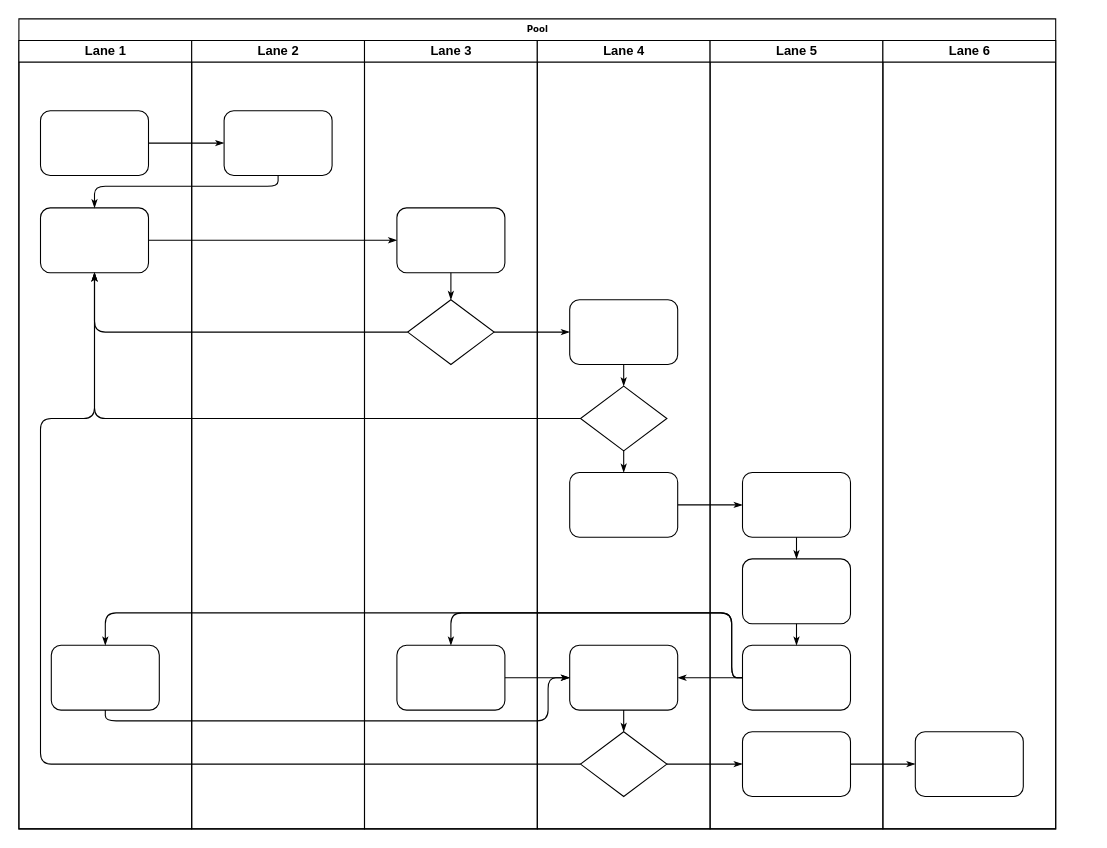
This is Untitled Diagram.drawio from witnessthefitness/charts, a draw.io file, before an edit. Source tidied: cells renumbered, new cells numbered last; positions are measured from the earlier drawing's top-left corner, leaving out a move shared by most shapes. Both pictures are drawn from the tidied source at 108%, with x=0, y=0 at pixel (18, 18).
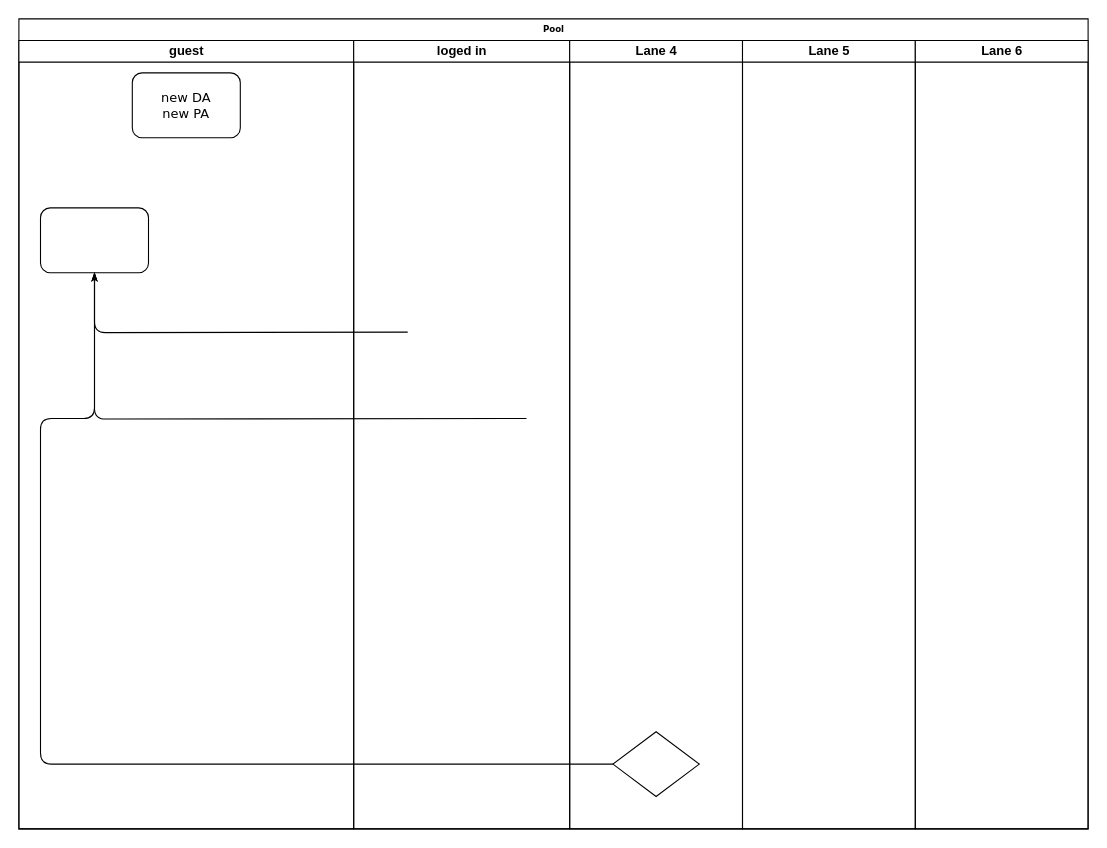
After the change.

The change refers to these unchanged cells:
```xml
<mxCell id="34" style="rhombus;whiteSpace=wrap;html=1;rounded=0;shadow=0;labelBackgroundColor=none;strokeWidth=1;fontFamily=Verdana;fontSize=8;align=center;" parent="29" vertex="1">
  <mxGeometry x="40" y="640" width="80" height="60" as="geometry" />
</mxCell>
```

Diff of the diagram source:
```diff
@@
     <mxCell id="2" value="Pool" style="swimlane;html=1;startSize=20;rounded=0;shadow=0;labelBackgroundColor=none;strokeWidth=1;fontFamily=Verdana;fontSize=8;align=center;" parent="1" vertex="1">
-      <mxGeometry width="960" height="750" as="geometry" />
+      <mxGeometry width="990" height="750" as="geometry" />
     </mxCell>
-    <mxCell id="3" value="Lane 1" style="swimlane;html=1;startSize=20;" parent="2" vertex="1">
-      <mxGeometry y="20" width="160" height="730" as="geometry" />
+    <mxCell id="3" value="guest" style="swimlane;html=1;startSize=20;" parent="2" vertex="1">
+      <mxGeometry y="20" width="310" height="730" as="geometry" />
     </mxCell>
+    <mxCell id="5" style="rounded=1;whiteSpace=wrap;html=1;shadow=0;labelBackgroundColor=none;strokeWidth=1;fontFamily=Verdana;fontSize=8;align=center;" parent="3" vertex="1">
+      <mxGeometry x="20" y="155" width="100" height="60" as="geometry" />
+    </mxCell>
-    <mxCell id="4" style="rounded=1;whiteSpace=wrap;html=1;shadow=0;labelBackgroundColor=none;strokeWidth=1;fontFamily=Verdana;fontSize=8;align=center;" parent="3" vertex="1">
-      <mxGeometry x="20" y="65" width="100" height="60" as="geometry" />
+    <mxCell id="4" value="&lt;font style=&quot;font-size: 12px&quot;&gt;new DA&lt;br&gt;new PA&lt;/font&gt;" style="rounded=1;whiteSpace=wrap;html=1;shadow=0;labelBackgroundColor=none;strokeWidth=1;fontFamily=Verdana;fontSize=8;align=center;" parent="3" vertex="1">
+      <mxGeometry x="105" y="30" width="100" height="60" as="geometry" />
     </mxCell>
-    <mxCell id="5" style="rounded=1;whiteSpace=wrap;html=1;shadow=0;labelBackgroundColor=none;strokeWidth=1;fontFamily=Verdana;fontSize=8;align=center;" parent="3" vertex="1">
-      <mxGeometry x="20" y="155" width="100" height="60" as="geometry" />
-    </mxCell>
-    <mxCell id="6" style="rounded=1;whiteSpace=wrap;html=1;shadow=0;labelBackgroundColor=none;strokeWidth=1;fontFamily=Verdana;fontSize=8;align=center;" parent="3" vertex="1">
-      <mxGeometry x="30" y="560" width="100" height="60" as="geometry" />
-    </mxCell>
-    <mxCell id="7" style="edgeStyle=orthogonalEdgeStyle;rounded=1;html=1;labelBackgroundColor=none;startArrow=none;startFill=0;startSize=5;endArrow=classicThin;endFill=1;endSize=5;jettySize=auto;strokeWidth=1;fontFamily=Verdana;fontSize=8;" parent="2" edge="1" source="4" target="23">
-      <mxGeometry relative="1" as="geometry" />
-    </mxCell>
-    <mxCell id="8" style="edgeStyle=orthogonalEdgeStyle;rounded=1;html=1;labelBackgroundColor=none;startArrow=none;startFill=0;startSize=5;endArrow=classicThin;endFill=1;endSize=5;jettySize=auto;strokeWidth=1;fontFamily=Verdana;fontSize=8;" parent="2" edge="1" source="23" target="5">
-      <mxGeometry relative="1" as="geometry">
-        <Array as="points">
-          <mxPoint x="240" y="155" />
-          <mxPoint x="70" y="155" />
-        </Array>
-      </mxGeometry>
-    </mxCell>
-    <mxCell id="9" style="edgeStyle=orthogonalEdgeStyle;rounded=1;html=1;labelBackgroundColor=none;startArrow=none;startFill=0;startSize=5;endArrow=classicThin;endFill=1;endSize=5;jettySize=auto;strokeWidth=1;fontFamily=Verdana;fontSize=8;" parent="2" edge="1" source="5" target="25">
-      <mxGeometry relative="1" as="geometry" />
-    </mxCell>
-    <mxCell id="10" style="edgeStyle=orthogonalEdgeStyle;rounded=1;html=1;labelBackgroundColor=none;startArrow=none;startFill=0;startSize=5;endArrow=classicThin;endFill=1;endSize=5;jettySize=auto;strokeWidth=1;fontFamily=Verdana;fontSize=8;" parent="2" edge="1" source="26" target="5">
-      <mxGeometry relative="1" as="geometry" />
+    <mxCell id="10" style="edgeStyle=orthogonalEdgeStyle;rounded=1;html=1;labelBackgroundColor=none;startArrow=none;startFill=0;startSize=5;endArrow=classicThin;endFill=1;endSize=5;jettySize=auto;strokeWidth=1;fontFamily=Verdana;fontSize=8;" parent="2" edge="1" target="5">
+      <mxGeometry relative="1" as="geometry">
+        <mxPoint x="360" y="290" as="sourcePoint" />
+      </mxGeometry>
     </mxCell>
-    <mxCell id="11" style="edgeStyle=orthogonalEdgeStyle;rounded=1;html=1;labelBackgroundColor=none;startArrow=none;startFill=0;startSize=5;endArrow=classicThin;endFill=1;endSize=5;jettySize=auto;strokeWidth=1;fontFamily=Verdana;fontSize=8;" parent="2" edge="1" source="31" target="5">
-      <mxGeometry relative="1" as="geometry" />
+    <mxCell id="11" style="edgeStyle=orthogonalEdgeStyle;rounded=1;html=1;labelBackgroundColor=none;startArrow=none;startFill=0;startSize=5;endArrow=classicThin;endFill=1;endSize=5;jettySize=auto;strokeWidth=1;fontFamily=Verdana;fontSize=8;" parent="2" edge="1" target="5">
+      <mxGeometry relative="1" as="geometry">
+        <mxPoint x="470" y="370" as="sourcePoint" />
+      </mxGeometry>
     </mxCell>
@@
-    <mxCell id="13" style="edgeStyle=orthogonalEdgeStyle;rounded=1;html=1;labelBackgroundColor=none;startArrow=none;startFill=0;startSize=5;endArrow=classicThin;endFill=1;endSize=5;jettySize=auto;strokeWidth=1;fontFamily=Verdana;fontSize=8;" parent="2" edge="1" source="26" target="30">
-      <mxGeometry relative="1" as="geometry" />
-    </mxCell>
-    <mxCell id="14" style="edgeStyle=orthogonalEdgeStyle;rounded=1;html=1;labelBackgroundColor=none;startArrow=none;startFill=0;startSize=5;endArrow=classicThin;endFill=1;endSize=5;jettySize=auto;strokeWidth=1;fontFamily=Verdana;fontSize=8;" parent="2" edge="1" source="34" target="42">
-      <mxGeometry relative="1" as="geometry" />
-    </mxCell>
-    <mxCell id="15" style="edgeStyle=orthogonalEdgeStyle;rounded=1;html=1;labelBackgroundColor=none;startArrow=none;startFill=0;startSize=5;endArrow=classicThin;endFill=1;endSize=5;jettySize=auto;strokeWidth=1;fontFamily=Verdana;fontSize=8;" parent="2" edge="1" source="42" target="46">
-      <mxGeometry relative="1" as="geometry" />
-    </mxCell>
-    <mxCell id="16" style="edgeStyle=orthogonalEdgeStyle;rounded=1;html=1;labelBackgroundColor=none;startArrow=none;startFill=0;startSize=5;endArrow=classicThin;endFill=1;endSize=5;jettySize=auto;strokeWidth=1;fontFamily=Verdana;fontSize=8;" parent="2" edge="1" source="32" target="39">
-      <mxGeometry relative="1" as="geometry" />
-    </mxCell>
-    <mxCell id="17" style="edgeStyle=orthogonalEdgeStyle;rounded=1;html=1;labelBackgroundColor=none;startArrow=none;startFill=0;startSize=5;endArrow=classicThin;endFill=1;endSize=5;jettySize=auto;strokeWidth=1;fontFamily=Verdana;fontSize=8;" parent="2" edge="1" source="41" target="27">
-      <mxGeometry relative="1" as="geometry">
-        <Array as="points">
-          <mxPoint x="660" y="610" />
-          <mxPoint x="660" y="550" />
-          <mxPoint x="400" y="550" />
-        </Array>
-      </mxGeometry>
-    </mxCell>
-    <mxCell id="18" style="edgeStyle=orthogonalEdgeStyle;rounded=1;html=1;labelBackgroundColor=none;startArrow=none;startFill=0;startSize=5;endArrow=classicThin;endFill=1;endSize=5;jettySize=auto;strokeColor=#000000;strokeWidth=1;fontFamily=Verdana;fontSize=8;fontColor=#000000;" parent="2" edge="1" source="41" target="33">
-      <mxGeometry relative="1" as="geometry" />
-    </mxCell>
-    <mxCell id="19" style="edgeStyle=orthogonalEdgeStyle;rounded=1;html=1;labelBackgroundColor=none;startArrow=none;startFill=0;startSize=5;endArrow=classicThin;endFill=1;endSize=5;jettySize=auto;strokeWidth=1;fontFamily=Verdana;fontSize=8;" parent="2" edge="1" source="41" target="6">
-      <mxGeometry relative="1" as="geometry">
-        <Array as="points">
-          <mxPoint x="660" y="610" />
-          <mxPoint x="660" y="550" />
-          <mxPoint x="80" y="550" />
-        </Array>
-      </mxGeometry>
-    </mxCell>
-    <mxCell id="20" style="edgeStyle=orthogonalEdgeStyle;rounded=1;html=1;labelBackgroundColor=none;startArrow=none;startFill=0;startSize=5;endArrow=classicThin;endFill=1;endSize=5;jettySize=auto;strokeWidth=1;fontFamily=Verdana;fontSize=8;" parent="2" edge="1" source="6" target="33">
-      <mxGeometry relative="1" as="geometry">
-        <Array as="points">
-          <mxPoint x="80" y="650" />
-          <mxPoint x="490" y="650" />
-          <mxPoint x="490" y="610" />
-        </Array>
-      </mxGeometry>
-    </mxCell>
-    <mxCell id="21" style="edgeStyle=orthogonalEdgeStyle;rounded=1;html=1;labelBackgroundColor=none;startArrow=none;startFill=0;startSize=5;endArrow=classicThin;endFill=1;endSize=5;jettySize=auto;strokeWidth=1;fontFamily=Verdana;fontSize=8;" parent="2" edge="1" source="27" target="33">
-      <mxGeometry relative="1" as="geometry" />
-    </mxCell>
-    <mxCell id="22" value="Lane 2" style="swimlane;html=1;startSize=20;" parent="2" vertex="1">
-      <mxGeometry x="160" y="20" width="160" height="730" as="geometry" />
+    <mxCell id="22" value="loged in" style="swimlane;html=1;startSize=20;" parent="2" vertex="1">
+      <mxGeometry x="310" y="20" width="200" height="730" as="geometry" />
     </mxCell>
-    <mxCell id="23" style="rounded=1;whiteSpace=wrap;html=1;shadow=0;labelBackgroundColor=none;strokeWidth=1;fontFamily=Verdana;fontSize=8;align=center;" parent="22" vertex="1">
-      <mxGeometry x="30" y="65" width="100" height="60" as="geometry" />
-    </mxCell>
-    <mxCell id="24" value="Lane 3" style="swimlane;html=1;startSize=20;" parent="2" vertex="1">
-      <mxGeometry x="320" y="20" width="160" height="730" as="geometry" />
-    </mxCell>
-    <mxCell id="25" style="rounded=1;whiteSpace=wrap;html=1;shadow=0;labelBackgroundColor=none;strokeWidth=1;fontFamily=Verdana;fontSize=8;align=center;" parent="24" vertex="1">
-      <mxGeometry x="30" y="155" width="100" height="60" as="geometry" />
-    </mxCell>
-    <mxCell id="26" style="rhombus;whiteSpace=wrap;html=1;rounded=0;shadow=0;labelBackgroundColor=none;strokeWidth=1;fontFamily=Verdana;fontSize=8;align=center;" parent="24" vertex="1">
-      <mxGeometry x="40" y="240" width="80" height="60" as="geometry" />
-    </mxCell>
-    <mxCell id="27" style="rounded=1;whiteSpace=wrap;html=1;shadow=0;labelBackgroundColor=none;strokeWidth=1;fontFamily=Verdana;fontSize=8;align=center;" parent="24" vertex="1">
-      <mxGeometry x="30" y="560" width="100" height="60" as="geometry" />
-    </mxCell>
-    <mxCell id="28" style="edgeStyle=orthogonalEdgeStyle;rounded=1;html=1;labelBackgroundColor=none;startArrow=none;startFill=0;startSize=5;endArrow=classicThin;endFill=1;endSize=5;jettySize=auto;strokeWidth=1;fontFamily=Verdana;fontSize=8;" parent="24" edge="1" source="25" target="26">
-      <mxGeometry relative="1" as="geometry" />
-    </mxCell>
     <mxCell id="29" value="Lane 4" style="swimlane;html=1;startSize=20;" parent="2" vertex="1">
-      <mxGeometry x="480" y="20" width="160" height="730" as="geometry" />
+      <mxGeometry x="510" y="20" width="160" height="730" as="geometry" />
     </mxCell>
-    <mxCell id="30" style="rounded=1;whiteSpace=wrap;html=1;shadow=0;labelBackgroundColor=none;strokeWidth=1;fontFamily=Verdana;fontSize=8;align=center;" parent="29" vertex="1">
-      <mxGeometry x="30" y="240" width="100" height="60" as="geometry" />
-    </mxCell>
-    <mxCell id="31" style="rhombus;whiteSpace=wrap;html=1;rounded=0;shadow=0;labelBackgroundColor=none;strokeWidth=1;fontFamily=Verdana;fontSize=8;align=center;" parent="29" vertex="1">
-      <mxGeometry x="40" y="320" width="80" height="60" as="geometry" />
-    </mxCell>
-    <mxCell id="32" style="rounded=1;whiteSpace=wrap;html=1;shadow=0;labelBackgroundColor=none;strokeWidth=1;fontFamily=Verdana;fontSize=8;align=center;" parent="29" vertex="1">
-      <mxGeometry x="30" y="400" width="100" height="60" as="geometry" />
-    </mxCell>
-    <mxCell id="33" style="rounded=1;whiteSpace=wrap;html=1;shadow=0;labelBackgroundColor=none;strokeWidth=1;fontFamily=Verdana;fontSize=8;align=center;" parent="29" vertex="1">
-      <mxGeometry x="30" y="560" width="100" height="60" as="geometry" />
-    </mxCell>
@@
-    <mxCell id="35" style="edgeStyle=orthogonalEdgeStyle;rounded=1;html=1;labelBackgroundColor=none;startArrow=none;startFill=0;startSize=5;endArrow=classicThin;endFill=1;endSize=5;jettySize=auto;strokeColor=#000000;strokeWidth=1;fontFamily=Verdana;fontSize=8;fontColor=#000000;" parent="29" edge="1" source="30" target="31">
-      <mxGeometry relative="1" as="geometry" />
-    </mxCell>
-    <mxCell id="36" style="edgeStyle=orthogonalEdgeStyle;rounded=1;html=1;labelBackgroundColor=none;startArrow=none;startFill=0;startSize=5;endArrow=classicThin;endFill=1;endSize=5;jettySize=auto;strokeWidth=1;fontFamily=Verdana;fontSize=8;" parent="29" edge="1" source="31" target="32">
-      <mxGeometry relative="1" as="geometry" />
-    </mxCell>
-    <mxCell id="37" style="edgeStyle=orthogonalEdgeStyle;rounded=1;html=1;labelBackgroundColor=none;startArrow=none;startFill=0;startSize=5;endArrow=classicThin;endFill=1;endSize=5;jettySize=auto;strokeWidth=1;fontFamily=Verdana;fontSize=8;" parent="29" edge="1" source="33" target="34">
-      <mxGeometry relative="1" as="geometry" />
-    </mxCell>
     <mxCell id="38" value="Lane 5" style="swimlane;html=1;startSize=20;" parent="2" vertex="1">
-      <mxGeometry x="640" y="20" width="160" height="730" as="geometry" />
+      <mxGeometry x="670" y="20" width="160" height="730" as="geometry" />
     </mxCell>
-    <mxCell id="39" style="rounded=1;whiteSpace=wrap;html=1;shadow=0;labelBackgroundColor=none;strokeWidth=1;fontFamily=Verdana;fontSize=8;align=center;" parent="38" vertex="1">
-      <mxGeometry x="30" y="400" width="100" height="60" as="geometry" />
-    </mxCell>
-    <mxCell id="40" style="rounded=1;whiteSpace=wrap;html=1;shadow=0;labelBackgroundColor=none;strokeWidth=1;fontFamily=Verdana;fontSize=8;align=center;" parent="38" vertex="1">
-      <mxGeometry x="30" y="480" width="100" height="60" as="geometry" />
-    </mxCell>
-    <mxCell id="41" style="rounded=1;whiteSpace=wrap;html=1;shadow=0;labelBackgroundColor=none;strokeWidth=1;fontFamily=Verdana;fontSize=8;align=center;" parent="38" vertex="1">
-      <mxGeometry x="30" y="560" width="100" height="60" as="geometry" />
-    </mxCell>
-    <mxCell id="42" style="rounded=1;whiteSpace=wrap;html=1;shadow=0;labelBackgroundColor=none;strokeWidth=1;fontFamily=Verdana;fontSize=8;align=center;" parent="38" vertex="1">
-      <mxGeometry x="30" y="640" width="100" height="60" as="geometry" />
-    </mxCell>
-    <mxCell id="43" style="edgeStyle=orthogonalEdgeStyle;rounded=1;html=1;labelBackgroundColor=none;startArrow=none;startFill=0;startSize=5;endArrow=classicThin;endFill=1;endSize=5;jettySize=auto;strokeWidth=1;fontFamily=Verdana;fontSize=8;" parent="38" edge="1" source="39" target="40">
-      <mxGeometry relative="1" as="geometry" />
-    </mxCell>
-    <mxCell id="44" style="edgeStyle=orthogonalEdgeStyle;rounded=1;html=1;labelBackgroundColor=none;startArrow=none;startFill=0;startSize=5;endArrow=classicThin;endFill=1;endSize=5;jettySize=auto;strokeWidth=1;fontFamily=Verdana;fontSize=8;" parent="38" edge="1" source="40" target="41">
-      <mxGeometry relative="1" as="geometry" />
-    </mxCell>
     <mxCell id="45" value="Lane 6" style="swimlane;html=1;startSize=20;" parent="2" vertex="1">
-      <mxGeometry x="800" y="20" width="160" height="730" as="geometry" />
+      <mxGeometry x="830" y="20" width="160" height="730" as="geometry" />
     </mxCell>
-    <mxCell id="46" style="rounded=1;whiteSpace=wrap;html=1;shadow=0;labelBackgroundColor=none;strokeWidth=1;fontFamily=Verdana;fontSize=8;align=center;" parent="45" vertex="1">
-      <mxGeometry x="30" y="640" width="100" height="60" as="geometry" />
-    </mxCell>
```
